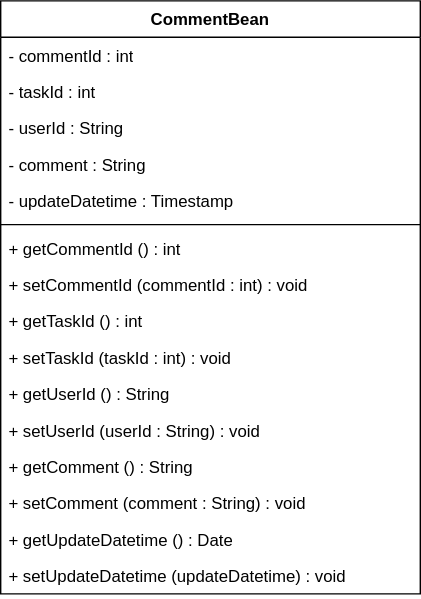
The draw.io diagram ClassDiagram/commentBean.drawio.svg in comsize-honiden/TaskManager62, before a commit. Source tidied: cells renumbered, new cells last; positions are measured from the earlier drawing's top-left corner, leaving out a move shared by most shapes.
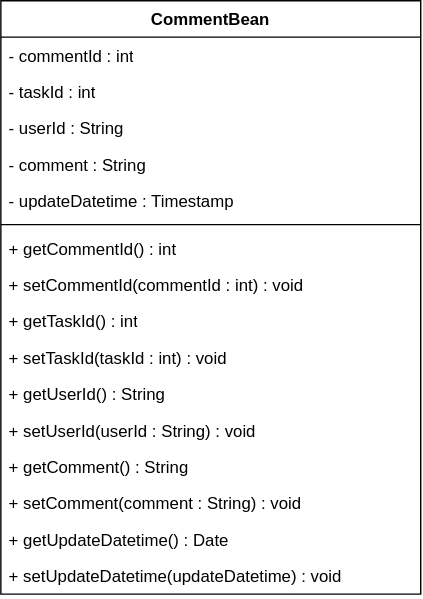
The same diagram one commit later.

Change to the diagram source:
```diff
@@ -23,35 +23,35 @@
     <mxCell id="8" style="line;strokeWidth=1;fillColor=none;align=left;verticalAlign=middle;spacingTop=-1;spacingLeft=3;spacingRight=3;labelPosition=right;strokeColor=inherit;" parent="2" vertex="1">
       <mxGeometry y="156" width="300" height="8" as="geometry" />
     </mxCell>
-    <mxCell id="9" value="+ getCommentId () : int" style="text;strokeColor=none;fillColor=none;align=left;verticalAlign=top;spacingLeft=4;spacingRight=4;overflow=hidden;whiteSpace=wrap;html=1;" parent="2" vertex="1">
-      <mxGeometry y="164" width="300" height="26" as="geometry" />
-    </mxCell>
-    <mxCell id="10" value="+ setCommentId (commentId : int) : void" style="text;strokeColor=none;fillColor=none;align=left;verticalAlign=top;spacingLeft=4;spacingRight=4;overflow=hidden;whiteSpace=wrap;html=1;" parent="2" vertex="1">
-      <mxGeometry y="190" width="300" height="26" as="geometry" />
-    </mxCell>
-    <mxCell id="11" value="+ getTaskId () : int" style="text;strokeColor=none;fillColor=none;align=left;verticalAlign=top;spacingLeft=4;spacingRight=4;overflow=hidden;whiteSpace=wrap;html=1;" parent="2" vertex="1">
-      <mxGeometry y="216" width="300" height="26" as="geometry" />
-    </mxCell>
-    <mxCell id="12" value="+ setTaskId (taskId : int) : void" style="text;strokeColor=none;fillColor=none;align=left;verticalAlign=top;spacingLeft=4;spacingRight=4;overflow=hidden;whiteSpace=wrap;html=1;" parent="2" vertex="1">
-      <mxGeometry y="242" width="300" height="26" as="geometry" />
-    </mxCell>
-    <mxCell id="13" value="+ getUserId () : String" style="text;strokeColor=none;fillColor=none;align=left;verticalAlign=top;spacingLeft=4;spacingRight=4;overflow=hidden;whiteSpace=wrap;html=1;" parent="2" vertex="1">
-      <mxGeometry y="268" width="300" height="26" as="geometry" />
-    </mxCell>
-    <mxCell id="14" value="+ setUserId (userId : String) : void" style="text;strokeColor=none;fillColor=none;align=left;verticalAlign=top;spacingLeft=4;spacingRight=4;overflow=hidden;whiteSpace=wrap;html=1;" parent="2" vertex="1">
-      <mxGeometry y="294" width="300" height="26" as="geometry" />
-    </mxCell>
-    <mxCell id="15" value="+ getComment () : String" style="text;strokeColor=none;fillColor=none;align=left;verticalAlign=top;spacingLeft=4;spacingRight=4;overflow=hidden;whiteSpace=wrap;html=1;" parent="2" vertex="1">
-      <mxGeometry y="320" width="300" height="26" as="geometry" />
-    </mxCell>
-    <mxCell id="16" value="+ setComment (comment : String) : void" style="text;strokeColor=none;fillColor=none;align=left;verticalAlign=top;spacingLeft=4;spacingRight=4;overflow=hidden;whiteSpace=wrap;html=1;" parent="2" vertex="1">
-      <mxGeometry y="346" width="300" height="26" as="geometry" />
-    </mxCell>
-    <mxCell id="17" value="+ getUpdateDatetime () : Date" style="text;strokeColor=none;fillColor=none;align=left;verticalAlign=top;spacingLeft=4;spacingRight=4;overflow=hidden;whiteSpace=wrap;html=1;" parent="2" vertex="1">
-      <mxGeometry y="372" width="300" height="26" as="geometry" />
-    </mxCell>
-    <mxCell id="18" value="+ setUpdateDatetime (updateDatetime) : void" style="text;strokeColor=none;fillColor=none;align=left;verticalAlign=top;spacingLeft=4;spacingRight=4;overflow=hidden;whiteSpace=wrap;html=1;" parent="2" vertex="1">
-      <mxGeometry y="398" width="300" height="26" as="geometry" />
-    </mxCell>
+    <mxCell id="19" value="+ getCommentId() : int" style="text;strokeColor=none;fillColor=none;align=left;verticalAlign=top;spacingLeft=4;spacingRight=4;overflow=hidden;whiteSpace=wrap;html=1;" parent="2" vertex="1">
+      <mxGeometry y="164" width="300" height="26" as="geometry" />
+    </mxCell>
+    <mxCell id="20" value="+ setCommentId(commentId : int) : void" style="text;strokeColor=none;fillColor=none;align=left;verticalAlign=top;spacingLeft=4;spacingRight=4;overflow=hidden;whiteSpace=wrap;html=1;" parent="2" vertex="1">
+      <mxGeometry y="190" width="300" height="26" as="geometry" />
+    </mxCell>
+    <mxCell id="21" value="+ getTaskId() : int" style="text;strokeColor=none;fillColor=none;align=left;verticalAlign=top;spacingLeft=4;spacingRight=4;overflow=hidden;whiteSpace=wrap;html=1;" parent="2" vertex="1">
+      <mxGeometry y="216" width="300" height="26" as="geometry" />
+    </mxCell>
+    <mxCell id="22" value="+ setTaskId(taskId : int) : void" style="text;strokeColor=none;fillColor=none;align=left;verticalAlign=top;spacingLeft=4;spacingRight=4;overflow=hidden;whiteSpace=wrap;html=1;" parent="2" vertex="1">
+      <mxGeometry y="242" width="300" height="26" as="geometry" />
+    </mxCell>
+    <mxCell id="23" value="+ getUserId() : String" style="text;strokeColor=none;fillColor=none;align=left;verticalAlign=top;spacingLeft=4;spacingRight=4;overflow=hidden;whiteSpace=wrap;html=1;" parent="2" vertex="1">
+      <mxGeometry y="268" width="300" height="26" as="geometry" />
+    </mxCell>
+    <mxCell id="24" value="+ setUserId(userId : String) : void" style="text;strokeColor=none;fillColor=none;align=left;verticalAlign=top;spacingLeft=4;spacingRight=4;overflow=hidden;whiteSpace=wrap;html=1;" parent="2" vertex="1">
+      <mxGeometry y="294" width="300" height="26" as="geometry" />
+    </mxCell>
+    <mxCell id="25" value="+ getComment() : String" style="text;strokeColor=none;fillColor=none;align=left;verticalAlign=top;spacingLeft=4;spacingRight=4;overflow=hidden;whiteSpace=wrap;html=1;" parent="2" vertex="1">
+      <mxGeometry y="320" width="300" height="26" as="geometry" />
+    </mxCell>
+    <mxCell id="26" value="+ setComment(comment : String) : void" style="text;strokeColor=none;fillColor=none;align=left;verticalAlign=top;spacingLeft=4;spacingRight=4;overflow=hidden;whiteSpace=wrap;html=1;" parent="2" vertex="1">
+      <mxGeometry y="346" width="300" height="26" as="geometry" />
+    </mxCell>
+    <mxCell id="27" value="+ getUpdateDatetime() : Date" style="text;strokeColor=none;fillColor=none;align=left;verticalAlign=top;spacingLeft=4;spacingRight=4;overflow=hidden;whiteSpace=wrap;html=1;" parent="2" vertex="1">
+      <mxGeometry y="372" width="300" height="26" as="geometry" />
+    </mxCell>
+    <mxCell id="28" value="+ setUpdateDatetime(updateDatetime) : void" style="text;strokeColor=none;fillColor=none;align=left;verticalAlign=top;spacingLeft=4;spacingRight=4;overflow=hidden;whiteSpace=wrap;html=1;" parent="2" vertex="1">
+      <mxGeometry y="398" width="300" height="26" as="geometry" />
+    </mxCell>
   </root>
 </mxGraphModel>
```
